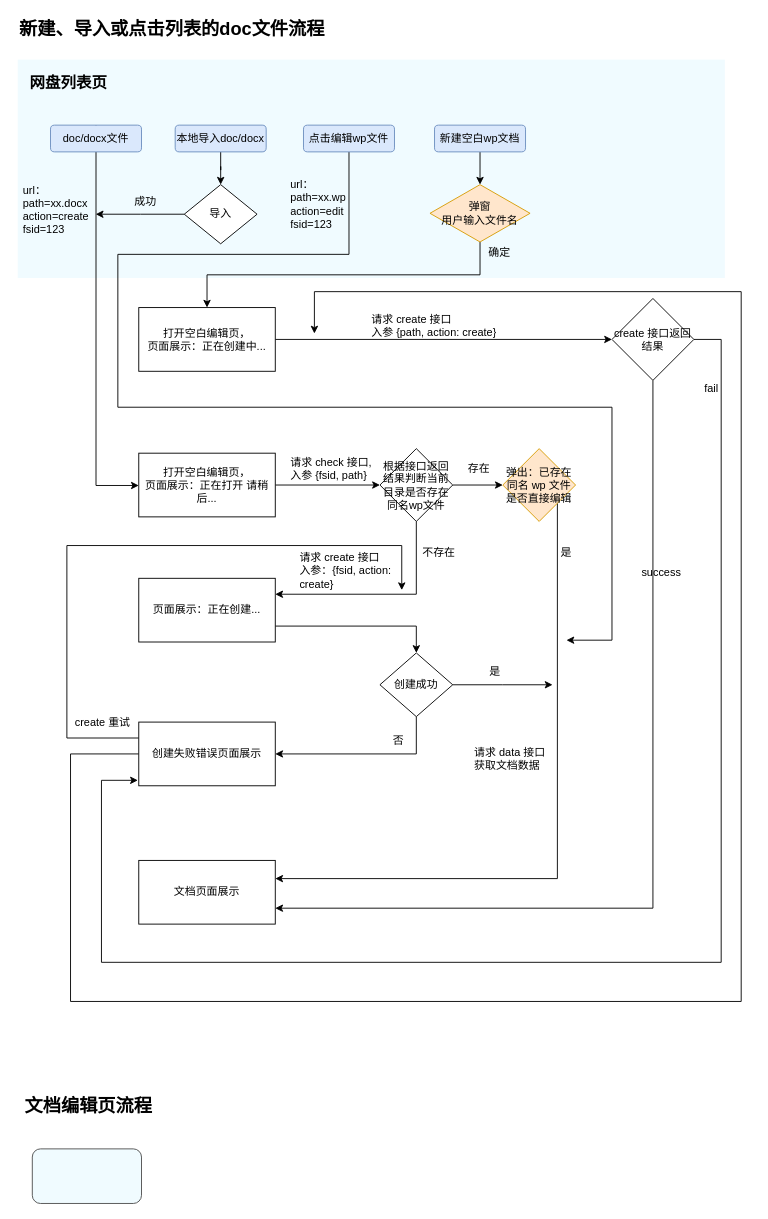
This is Untitled Diagram.drawio from simqifeng/somenote, a draw.io file, before an edit. Source tidied: cells renumbered, new cells numbered last; positions are measured from the earlier drawing's top-left corner, leaving out a move shared by most shapes. Both pictures are drawn from the tidied source at 91%, with x=0, y=0 at pixel (17, 15).
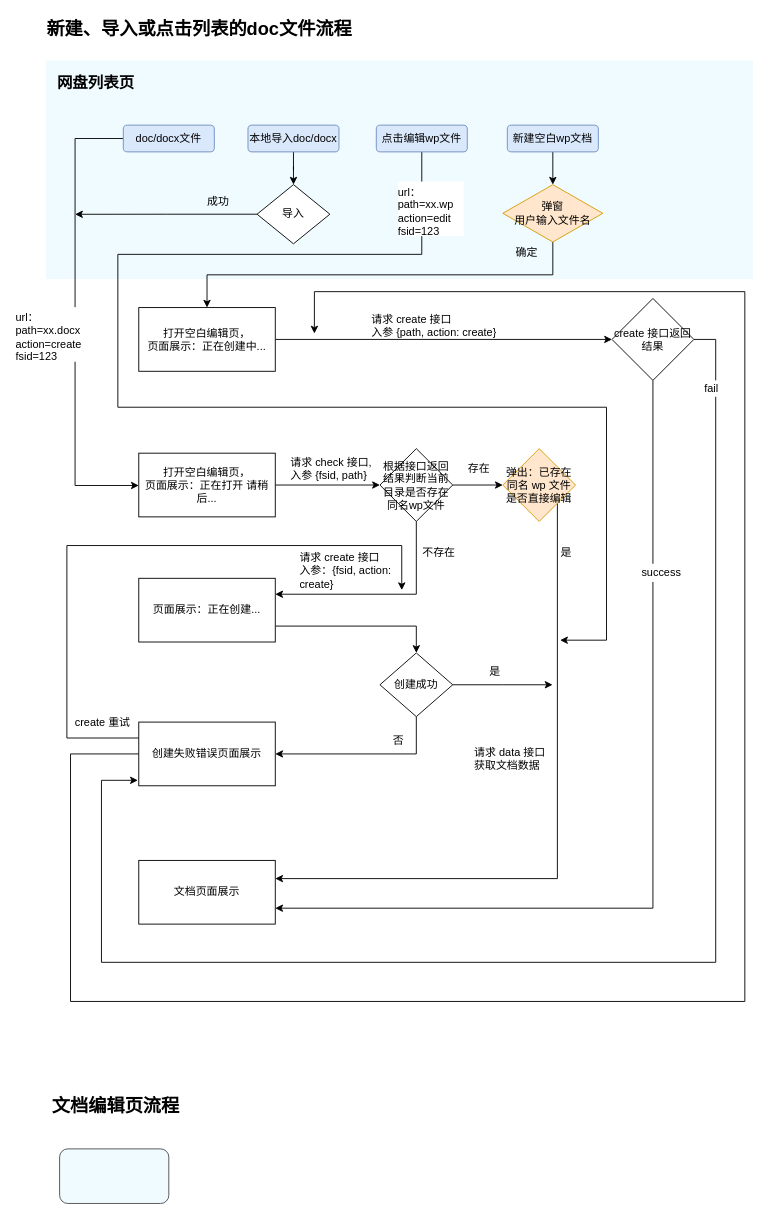
Above is the later version.

Commit message:
在线文档-新建/编辑流程.drawio

Unchanged cells that the change refers to:
```xml
<mxCell id="13" value="create 接口返回结果" style="rhombus;whiteSpace=wrap;html=1;" parent="1" vertex="1">
  <mxGeometry x="653" y="310.5" width="90" height="90" as="geometry" />
</mxCell>
<mxCell id="22" value="&lt;span&gt;打开空白编辑页，&lt;br&gt;&lt;/span&gt;页面展示：正在打开 请稍后..." style="rounded=0;whiteSpace=wrap;html=1;" parent="1" vertex="1">
  <mxGeometry x="133" y="480.5" width="150" height="70" as="geometry" />
</mxCell>
<mxCell id="36" value="创建失败错误页面展示" style="rounded=0;whiteSpace=wrap;html=1;fillColor=#ffffff;fontSize=12;" parent="1" vertex="1">
  <mxGeometry x="133" y="776" width="150" height="70" as="geometry" />
</mxCell>
```

The edit, as a diff of the source:
```diff
@@
     <mxCell id="2" style="rounded=0;whiteSpace=wrap;html=1;fillColor=#F0FBFF;fontSize=12;dashed=1;strokeColor=none;" parent="1" vertex="1">
-      <mxGeometry y="48" width="777" height="240" as="geometry" />
+      <mxGeometry x="31" y="49" width="777" height="240" as="geometry" />
     </mxCell>
     <mxCell id="3" style="edgeStyle=orthogonalEdgeStyle;rounded=0;jettySize=auto;html=1;exitX=0.5;exitY=1;exitDx=0;exitDy=0;" parent="1" edge="1" source="4">
       <mxGeometry relative="1" as="geometry">
-        <mxPoint x="603" y="686" as="targetPoint" />
+        <mxPoint x="596" y="686" as="targetPoint" />
         <Array as="points">
-          <mxPoint x="364" y="262" />
+          <mxPoint x="444" y="262" />
           <mxPoint x="110" y="262" />
           <mxPoint x="110" y="430" />
-          <mxPoint x="653" y="430" />
-          <mxPoint x="653" y="686" />
+          <mxPoint x="647" y="430" />
+          <mxPoint x="647" y="686" />
         </Array>
       </mxGeometry>
     </mxCell>
     <mxCell id="4" value="点击编辑wp文件" style="rounded=1;whiteSpace=wrap;html=1;fillColor=#dae8fc;strokeColor=#6c8ebf;" parent="1" vertex="1">
-      <mxGeometry x="314" y="120" width="100" height="29.4" as="geometry" />
+      <mxGeometry x="394" y="120" width="100" height="29.4" as="geometry" />
     </mxCell>
@@
     <mxCell id="6" value="确定" style="text;html=1;align=center;verticalAlign=middle;" parent="1" vertex="1">
-      <mxGeometry x="509" y="250.4" width="40" height="20" as="geometry" />
+      <mxGeometry x="539" y="250.4" width="40" height="20" as="geometry" />
     </mxCell>
@@
     <mxCell id="12" style="edgeStyle=orthogonalEdgeStyle;rounded=0;jettySize=auto;html=1;fontSize=12;" parent="1" edge="1" source="13">
       <mxGeometry relative="1" as="geometry">
         <mxPoint x="132" y="840" as="targetPoint" />
         <Array as="points">
-          <mxPoint x="773" y="355" />
-          <mxPoint x="773" y="1040" />
+          <mxPoint x="767" y="355" />
+          <mxPoint x="767" y="1040" />
           <mxPoint x="92" y="1040" />
           <mxPoint x="92" y="840" />
         </Array>
       </mxGeometry>
     </mxCell>
@@
-    <mxCell id="15" value="success" style="text;html=1;align=center;verticalAlign=middle;" parent="1" vertex="1">
+    <mxCell id="15" value="success" style="text;html=1;align=center;verticalAlign=middle;fillColor=#ffffff;" parent="1" vertex="1">
       <mxGeometry x="677" y="602" width="60" height="20" as="geometry" />
     </mxCell>
-    <mxCell id="16" style="edgeStyle=orthogonalEdgeStyle;rounded=0;jettySize=auto;html=1;fontSize=12;exitX=0.5;exitY=0;exitDx=0;exitDy=0;" parent="1" edge="1" source="44" target="22">
+    <mxCell id="16" style="edgeStyle=orthogonalEdgeStyle;rounded=0;jettySize=auto;html=1;fontSize=12;exitX=0;exitY=0.5;exitDx=0;exitDy=0;" parent="1" edge="1" source="44" target="22">
       <mxGeometry relative="1" as="geometry">
         <Array as="points">
-          <mxPoint x="86" y="516" />
+          <mxPoint x="63" y="135" />
+          <mxPoint x="63" y="516" />
         </Array>
       </mxGeometry>
     </mxCell>
@@
-    <mxCell id="20" value="url：&#10;path=xx.docx&#10;action=create&#10;fsid=123&#10;&#10;&#10;" style="text;strokeColor=none;fillColor=none;spacing=0;spacingTop=0;overflow=hidden;rounded=0;dashed=1;fontSize=12;verticalAlign=top;horizontal=1;whiteSpace=wrap;" parent="1" vertex="1">
-      <mxGeometry x="6" y="180" width="90" height="60" as="geometry" />
+    <mxCell id="20" value="url：&#10;path=xx.docx&#10;action=create&#10;fsid=123&#10;&#10;&#10;" style="text;strokeColor=none;fillColor=#ffffff;spacing=0;spacingTop=0;overflow=hidden;rounded=0;dashed=1;fontSize=12;verticalAlign=top;horizontal=1;whiteSpace=wrap;" parent="1" vertex="1">
+      <mxGeometry x="-2" y="320" width="80" height="60" as="geometry" />
     </mxCell>
@@
     <mxCell id="35" style="edgeStyle=orthogonalEdgeStyle;rounded=0;jettySize=auto;html=1;fontSize=12;" parent="1" edge="1" source="36">
       <mxGeometry relative="1" as="geometry">
         <mxPoint x="326" y="349" as="targetPoint" />
         <Array as="points">
           <mxPoint x="58" y="811" />
           <mxPoint x="58" y="1083" />
-          <mxPoint x="795" y="1083" />
-          <mxPoint x="795" y="303" />
+          <mxPoint x="799" y="1083" />
+          <mxPoint x="799" y="303" />
           <mxPoint x="326" y="303" />
         </Array>
       </mxGeometry>
     </mxCell>
@@
     <mxCell id="40" value="本地导入doc/docx" style="rounded=1;whiteSpace=wrap;html=1;fillColor=#dae8fc;fontSize=12;strokeColor=#6c8ebf;" parent="1" vertex="1">
-      <mxGeometry x="173" y="120" width="100" height="29.4" as="geometry" />
+      <mxGeometry x="253" y="120" width="100" height="29.4" as="geometry" />
     </mxCell>
@@
     <mxCell id="42" style="edgeStyle=orthogonalEdgeStyle;rounded=0;jettySize=auto;html=1;fontSize=20;" parent="1" edge="1" source="43">
       <mxGeometry relative="1" as="geometry">
-        <mxPoint x="85.7" y="217.9" as="targetPoint" />
+        <mxPoint x="63" y="218" as="targetPoint" />
       </mxGeometry>
     </mxCell>
     <mxCell id="43" value="导入" style="rhombus;whiteSpace=wrap;html=1;fillColor=#ffffff;fontSize=12;" parent="1" vertex="1">
-      <mxGeometry x="183" y="185.4" width="80" height="65" as="geometry" />
+      <mxGeometry x="263" y="185.4" width="80" height="65" as="geometry" />
     </mxCell>
     <mxCell id="44" value="doc/docx文件" style="rounded=1;whiteSpace=wrap;html=1;fillColor=#dae8fc;fontSize=12;strokeColor=#6c8ebf;" parent="1" vertex="1">
-      <mxGeometry x="36" y="120" width="100" height="29.4" as="geometry" />
+      <mxGeometry x="116" y="120" width="100" height="29.4" as="geometry" />
     </mxCell>
     <mxCell id="45" value="成功" style="text;html=1;align=center;verticalAlign=middle;fontSize=12;" parent="1" vertex="1">
-      <mxGeometry x="120" y="194" width="40" height="20" as="geometry" />
+      <mxGeometry x="200" y="194" width="40" height="20" as="geometry" />
     </mxCell>
     <mxCell id="46" value="网盘列表页" style="text;html=1;strokeColor=none;fillColor=none;align=center;verticalAlign=middle;whiteSpace=wrap;rounded=0;dashed=1;fontSize=17;fontStyle=1;" parent="1" vertex="1">
-      <mxGeometry x="6" y="65" width="100" height="20" as="geometry" />
+      <mxGeometry x="36" y="65" width="100" height="20" as="geometry" />
     </mxCell>
     <mxCell id="47" value="新建、导入或点击列表的doc文件流程" style="text;html=1;align=left;verticalAlign=middle;fontSize=20;fontStyle=1;" parent="1" vertex="1">
-      <mxGeometry width="346" height="28" as="geometry" />
+      <mxGeometry x="30" width="346" height="28" as="geometry" />
     </mxCell>
     <mxCell id="48" value="文档编辑页流程" style="text;html=1;align=left;verticalAlign=middle;fontSize=20;fontStyle=1;" parent="1" vertex="1">
-      <mxGeometry x="6" y="1183" width="150" height="28" as="geometry" />
+      <mxGeometry x="36" y="1183" width="150" height="28" as="geometry" />
     </mxCell>
     <mxCell id="49" style="rounded=1;whiteSpace=wrap;html=1;strokeColor=#4D4D4D;fillColor=#F0FBFF;fontSize=20;align=left;" parent="1" vertex="1">
-      <mxGeometry x="16" y="1245" width="120" height="60" as="geometry" />
+      <mxGeometry x="46" y="1245" width="120" height="60" as="geometry" />
     </mxCell>
@@
     <mxCell id="51" value="新建空白wp文档" style="rounded=1;whiteSpace=wrap;html=1;fillColor=#dae8fc;strokeColor=#6c8ebf;" parent="1" vertex="1">
-      <mxGeometry x="458" y="120" width="100" height="29.4" as="geometry" />
+      <mxGeometry x="538" y="120" width="100" height="29.4" as="geometry" />
     </mxCell>
     <mxCell id="52" value="弹窗&lt;br&gt;用户输入文件名" style="rhombus;whiteSpace=wrap;html=1;fillColor=#ffe6cc;strokeColor=#d79b00;" parent="1" vertex="1">
-      <mxGeometry x="453" y="185.4" width="110" height="63" as="geometry" />
+      <mxGeometry x="533" y="185.4" width="110" height="63" as="geometry" />
     </mxCell>
@@
-    <mxCell id="54" value="url：&#10;path=xx.wp&#10;action=edit&#10;fsid=123&#10;&#10;&#10;" style="text;strokeColor=none;fillColor=none;spacing=0;spacingTop=0;overflow=hidden;rounded=0;dashed=1;fontSize=12;verticalAlign=top;horizontal=1;whiteSpace=wrap;" parent="1" vertex="1">
-      <mxGeometry x="300" y="174" width="90" height="60" as="geometry" />
+    <mxCell id="54" value="url：&#10;path=xx.wp&#10;action=edit&#10;fsid=123&#10;&#10;&#10;" style="text;strokeColor=none;fillColor=#ffffff;spacing=0;spacingTop=0;overflow=hidden;rounded=0;dashed=1;fontSize=12;verticalAlign=top;horizontal=1;whiteSpace=wrap;" parent="1" vertex="1">
+      <mxGeometry x="418" y="182" width="72" height="60" as="geometry" />
     </mxCell>
@@
-    <mxCell id="56" value="fail" style="text;html=1;align=center;verticalAlign=middle;" parent="1" vertex="1">
+    <mxCell id="56" value="fail" style="text;html=1;align=center;verticalAlign=middle;fillColor=#ffffff;" parent="1" vertex="1">
       <mxGeometry x="749" y="400.5" width="25" height="18" as="geometry" />
     </mxCell>
```
